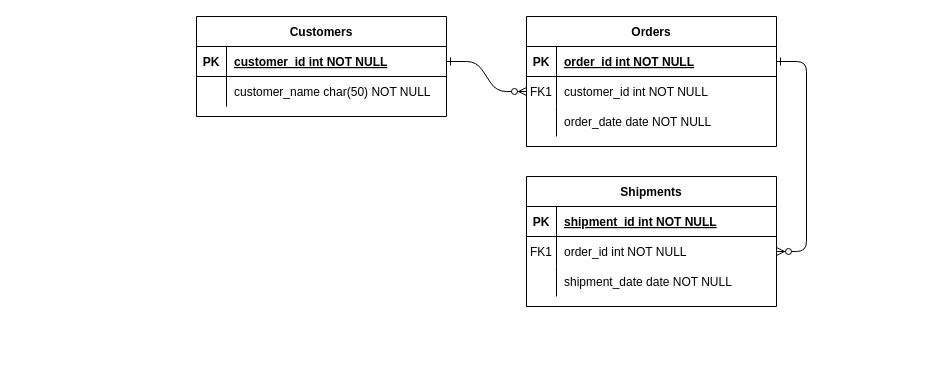
This is membuaterd.drawio from agung-wic/desain-erd, a draw.io file, before an edit. Source tidied: cells renumbered, new cells numbered last; positions are measured from the earlier drawing's top-left corner, leaving out a move shared by most shapes. Both pictures are drawn from the tidied source at 100%, with x=0, y=0 at pixel (196, 16).
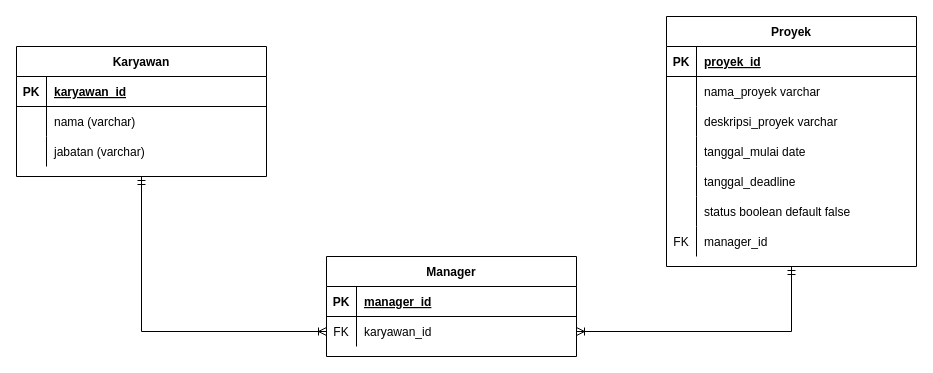
After the change.

Unchanged cells that the change refers to:
```xml
<mxCell id="5" style="shape=partialRectangle;fillColor=none;points=[[0,0.5],[1,0.5]];portConstraint=eastwest;top=0;left=0;right=0;bottom=1;" parent="4" vertex="1">
  <mxGeometry y="30" width="250" height="30" as="geometry" />
</mxCell>
<mxCell id="8" style="shape=partialRectangle;fillColor=none;points=[[0,0.5],[1,0.5]];portConstraint=eastwest;top=0;left=0;right=0;bottom=0;" parent="4" vertex="1">
  <mxGeometry y="60" width="250" height="30" as="geometry" />
</mxCell>
<mxCell id="11" style="shape=partialRectangle;fillColor=none;top=0;left=0;right=0;bottom=0;" parent="4" vertex="1">
  <mxGeometry y="90" width="250" height="30" as="geometry" />
</mxCell>
```

What changed in the source:
```diff
@@
-    <mxCell id="2" style="edgeStyle=entityRelationEdgeStyle;endArrow=ERzeroToMany;startArrow=ERone;endFill=1;startFill=0;" parent="1" edge="1" source="25" target="8">
-      <mxGeometry relative="1" as="geometry" />
-    </mxCell>
-    <mxCell id="3" style="edgeStyle=entityRelationEdgeStyle;endArrow=ERzeroToMany;startArrow=ERone;endFill=1;startFill=0;" parent="1" edge="1" source="5" target="18">
-      <mxGeometry relative="1" as="geometry" />
-    </mxCell>
+    <mxCell id="31" style="edgeStyle=orthogonalEdgeStyle;rounded=0;jettySize=auto;html=1;exitX=0.5;exitY=1;exitDx=0;exitDy=0;entryX=0;entryY=0.5;entryDx=0;entryDy=0;startArrow=ERmandOne;startFill=0;endArrow=ERoneToMany;endFill=0;" parent="1" edge="1" source="24" target="18">
+      <mxGeometry relative="1" as="geometry" />
+    </mxCell>
+    <mxCell id="24" value="Karyawan" style="shape=table;startSize=30;childLayout=tableLayout;rowLines=0;fontStyle=1;align=center;" parent="1" vertex="1">
+      <mxGeometry x="-180" y="30" width="250" height="130" as="geometry" />
+    </mxCell>
+    <mxCell id="25" style="shape=partialRectangle;fillColor=none;points=[[0,0.5],[1,0.5]];portConstraint=eastwest;top=0;left=0;right=0;bottom=1;" parent="24" vertex="1">
+      <mxGeometry y="30" width="250" height="30" as="geometry" />
+    </mxCell>
+    <mxCell id="26" value="PK" style="shape=partialRectangle;overflow=hidden;fillColor=none;top=0;left=0;bottom=0;right=0;fontStyle=1;" parent="25" vertex="1">
+      <mxGeometry width="30" height="30" as="geometry" />
+    </mxCell>
+    <mxCell id="27" value="karyawan_id" style="shape=partialRectangle;overflow=hidden;fillColor=none;top=0;left=0;bottom=0;right=0;align=left;spacingLeft=6;fontStyle=5;" parent="25" vertex="1">
+      <mxGeometry x="30" width="220" height="30" as="geometry" />
+    </mxCell>
+    <mxCell id="28" style="shape=partialRectangle;fillColor=none;top=0;left=0;right=0;bottom=0;" parent="24" vertex="1">
+      <mxGeometry y="60" width="250" height="30" as="geometry" />
+    </mxCell>
+    <mxCell id="29" style="shape=partialRectangle;overflow=hidden;fillColor=none;top=0;left=0;bottom=0;right=0;" parent="28" vertex="1">
+      <mxGeometry width="30" height="30" as="geometry" />
+    </mxCell>
+    <mxCell id="30" value="nama (varchar)" style="shape=partialRectangle;overflow=hidden;fillColor=none;top=0;left=0;bottom=0;right=0;align=left;spacingLeft=6;" parent="28" vertex="1">
+      <mxGeometry x="30" width="220" height="30" as="geometry" />
+    </mxCell>
+    <mxCell id="21" style="shape=partialRectangle;fillColor=none;top=0;left=0;right=0;bottom=0;" parent="24" vertex="1">
+      <mxGeometry y="90" width="250" height="30" as="geometry" />
+    </mxCell>
+    <mxCell id="32" style="shape=partialRectangle;overflow=hidden;fillColor=none;top=0;left=0;bottom=0;right=0;fontStyle=1;" parent="21" vertex="1">
+      <mxGeometry width="30" height="30" as="geometry" />
+    </mxCell>
+    <mxCell id="33" value="jabatan (varchar)" style="shape=partialRectangle;overflow=hidden;fillColor=none;top=0;left=0;bottom=0;right=0;align=left;spacingLeft=6;" parent="21" vertex="1">
+      <mxGeometry x="30" width="220" height="30" as="geometry" />
+    </mxCell>
+    <mxCell id="34" style="edgeStyle=orthogonalEdgeStyle;rounded=0;jettySize=auto;html=1;exitX=0.5;exitY=1;exitDx=0;exitDy=0;entryX=1;entryY=0.5;entryDx=0;entryDy=0;startArrow=ERmandOne;startFill=0;endArrow=ERoneToMany;endFill=0;" parent="1" edge="1" source="4" target="18">
+      <mxGeometry relative="1" as="geometry" />
+    </mxCell>
-    <mxCell id="4" value="Orders" style="shape=table;startSize=30;childLayout=tableLayout;rowLines=0;fontStyle=1;align=center;" parent="1" vertex="1">
-      <mxGeometry x="330" width="250" height="130" as="geometry" />
+    <mxCell id="4" value="Proyek" style="shape=table;startSize=30;childLayout=tableLayout;rowLines=0;fontStyle=1;align=center;" parent="1" vertex="1">
+      <mxGeometry x="470" width="250" height="250" as="geometry" />
     </mxCell>
@@
-    <mxCell id="7" value="order_id int NOT NULL " style="shape=partialRectangle;overflow=hidden;fillColor=none;top=0;left=0;bottom=0;right=0;align=left;spacingLeft=6;fontStyle=5;" parent="5" vertex="1">
+    <mxCell id="7" value="proyek_id" style="shape=partialRectangle;overflow=hidden;fillColor=none;top=0;left=0;bottom=0;right=0;align=left;spacingLeft=6;fontStyle=5;" parent="5" vertex="1">
       <mxGeometry x="30" width="220" height="30" as="geometry" />
     </mxCell>
@@
-    <mxCell id="9" value="FK1" style="shape=partialRectangle;overflow=hidden;fillColor=none;top=0;left=0;bottom=0;right=0;" parent="8" vertex="1">
+    <mxCell id="9" style="shape=partialRectangle;overflow=hidden;fillColor=none;top=0;left=0;bottom=0;right=0;" parent="8" vertex="1">
       <mxGeometry width="30" height="30" as="geometry" />
     </mxCell>
-    <mxCell id="10" value="customer_id int NOT NULL" style="shape=partialRectangle;overflow=hidden;fillColor=none;top=0;left=0;bottom=0;right=0;align=left;spacingLeft=6;" parent="8" vertex="1">
+    <mxCell id="10" value="nama_proyek varchar" style="shape=partialRectangle;overflow=hidden;fillColor=none;top=0;left=0;bottom=0;right=0;align=left;spacingLeft=6;" parent="8" vertex="1">
       <mxGeometry x="30" width="220" height="30" as="geometry" />
     </mxCell>
@@
-    <mxCell id="13" value="order_date date NOT NULL" style="shape=partialRectangle;overflow=hidden;fillColor=none;top=0;left=0;bottom=0;right=0;align=left;spacingLeft=6;" parent="11" vertex="1">
+    <mxCell id="13" value="deskripsi_proyek varchar" style="shape=partialRectangle;overflow=hidden;fillColor=none;top=0;left=0;bottom=0;right=0;align=left;spacingLeft=6;" parent="11" vertex="1">
       <mxGeometry x="30" width="220" height="30" as="geometry" />
     </mxCell>
-    <mxCell id="14" value="Shipments" style="shape=table;startSize=30;childLayout=tableLayout;rowLines=0;fontStyle=1;align=center;" parent="1" vertex="1">
-      <mxGeometry x="330" y="160" width="250" height="130" as="geometry" />
-    </mxCell>
+    <mxCell id="35" style="shape=partialRectangle;fillColor=none;top=0;left=0;right=0;bottom=0;" parent="4" vertex="1">
+      <mxGeometry y="120" width="250" height="30" as="geometry" />
+    </mxCell>
+    <mxCell id="36" style="shape=partialRectangle;overflow=hidden;fillColor=none;top=0;left=0;bottom=0;right=0;" parent="35" vertex="1">
+      <mxGeometry width="30" height="30" as="geometry" />
+    </mxCell>
+    <mxCell id="37" value="tanggal_mulai date" style="shape=partialRectangle;overflow=hidden;fillColor=none;top=0;left=0;bottom=0;right=0;align=left;spacingLeft=6;" parent="35" vertex="1">
+      <mxGeometry x="30" width="220" height="30" as="geometry" />
+    </mxCell>
+    <mxCell id="38" style="shape=partialRectangle;fillColor=none;top=0;left=0;right=0;bottom=0;" parent="4" vertex="1">
+      <mxGeometry y="150" width="250" height="30" as="geometry" />
+    </mxCell>
+    <mxCell id="39" style="shape=partialRectangle;overflow=hidden;fillColor=none;top=0;left=0;bottom=0;right=0;" parent="38" vertex="1">
+      <mxGeometry width="30" height="30" as="geometry" />
+    </mxCell>
+    <mxCell id="40" value="tanggal_deadline" style="shape=partialRectangle;overflow=hidden;fillColor=none;top=0;left=0;bottom=0;right=0;align=left;spacingLeft=6;" parent="38" vertex="1">
+      <mxGeometry x="30" width="220" height="30" as="geometry" />
+    </mxCell>
+    <mxCell id="41" style="shape=partialRectangle;fillColor=none;top=0;left=0;right=0;bottom=0;" parent="4" vertex="1">
+      <mxGeometry y="180" width="250" height="30" as="geometry" />
+    </mxCell>
+    <mxCell id="42" style="shape=partialRectangle;overflow=hidden;fillColor=none;top=0;left=0;bottom=0;right=0;" parent="41" vertex="1">
+      <mxGeometry width="30" height="30" as="geometry" />
+    </mxCell>
+    <mxCell id="43" value="status boolean default false" style="shape=partialRectangle;overflow=hidden;fillColor=none;top=0;left=0;bottom=0;right=0;align=left;spacingLeft=6;" parent="41" vertex="1">
+      <mxGeometry x="30" width="220" height="30" as="geometry" />
+    </mxCell>
+    <mxCell id="44" style="shape=partialRectangle;fillColor=none;top=0;left=0;right=0;bottom=0;" parent="4" vertex="1">
+      <mxGeometry y="210" width="250" height="30" as="geometry" />
+    </mxCell>
+    <mxCell id="45" value="FK" style="shape=partialRectangle;overflow=hidden;fillColor=none;top=0;left=0;bottom=0;right=0;" parent="44" vertex="1">
+      <mxGeometry width="30" height="30" as="geometry" />
+    </mxCell>
+    <mxCell id="46" value="manager_id" style="shape=partialRectangle;overflow=hidden;fillColor=none;top=0;left=0;bottom=0;right=0;align=left;spacingLeft=6;" parent="44" vertex="1">
+      <mxGeometry x="30" width="220" height="30" as="geometry" />
+    </mxCell>
+    <mxCell id="47" value="Manager" style="shape=table;startSize=30;childLayout=tableLayout;rowLines=0;fontStyle=1;align=center;" parent="1" vertex="1">
+      <mxGeometry x="130" y="240" width="250" height="100" as="geometry" />
+    </mxCell>
-    <mxCell id="15" style="shape=partialRectangle;fillColor=none;top=0;left=0;right=0;bottom=1;" parent="14" vertex="1">
+    <mxCell id="15" style="shape=partialRectangle;fillColor=none;top=0;left=0;right=0;bottom=1;" parent="47" vertex="1">
       <mxGeometry y="30" width="250" height="30" as="geometry" />
     </mxCell>
@@
-    <mxCell id="17" value="shipment_id int NOT NULL " style="shape=partialRectangle;overflow=hidden;fillColor=none;top=0;left=0;bottom=0;right=0;align=left;spacingLeft=6;fontStyle=5;" parent="15" vertex="1">
-      <mxGeometry x="30" width="220" height="30" as="geometry" />
-    </mxCell>
+    <mxCell id="48" value="manager_id" style="shape=partialRectangle;overflow=hidden;fillColor=none;top=0;left=0;bottom=0;right=0;align=left;spacingLeft=6;fontStyle=5;" parent="15" vertex="1">
+      <mxGeometry x="30" width="220" height="30" as="geometry" />
+    </mxCell>
-    <mxCell id="18" style="shape=partialRectangle;fillColor=none;points=[[0,0.5],[1,0.5]];portConstraint=eastwest;top=0;left=0;right=0;bottom=0;" parent="14" vertex="1">
+    <mxCell id="18" style="shape=partialRectangle;fillColor=none;points=[[0,0.5],[1,0.5]];portConstraint=eastwest;top=0;left=0;right=0;bottom=0;" parent="47" vertex="1">
       <mxGeometry y="60" width="250" height="30" as="geometry" />
     </mxCell>
-    <mxCell id="19" value="FK1" style="shape=partialRectangle;overflow=hidden;fillColor=none;top=0;left=0;bottom=0;right=0;" parent="18" vertex="1">
-      <mxGeometry width="30" height="30" as="geometry" />
-    </mxCell>
-    <mxCell id="20" value="order_id int NOT NULL" style="shape=partialRectangle;overflow=hidden;fillColor=none;top=0;left=0;bottom=0;right=0;align=left;spacingLeft=6;" parent="18" vertex="1">
-      <mxGeometry x="30" width="220" height="30" as="geometry" />
-    </mxCell>
-    <mxCell id="21" style="shape=partialRectangle;fillColor=none;top=0;left=0;right=0;bottom=0;" parent="14" vertex="1">
-      <mxGeometry y="90" width="250" height="30" as="geometry" />
-    </mxCell>
-    <mxCell id="22" style="shape=partialRectangle;overflow=hidden;fillColor=none;top=0;left=0;bottom=0;right=0;" parent="21" vertex="1">
-      <mxGeometry width="30" height="30" as="geometry" />
-    </mxCell>
-    <mxCell id="23" value="shipment_date date NOT NULL" style="shape=partialRectangle;overflow=hidden;fillColor=none;top=0;left=0;bottom=0;right=0;align=left;spacingLeft=6;" parent="21" vertex="1">
-      <mxGeometry x="30" width="220" height="30" as="geometry" />
-    </mxCell>
-    <mxCell id="24" value="Customers" style="shape=table;startSize=30;childLayout=tableLayout;rowLines=0;fontStyle=1;align=center;" parent="1" vertex="1">
-      <mxGeometry width="250" height="100" as="geometry" />
-    </mxCell>
-    <mxCell id="25" style="shape=partialRectangle;fillColor=none;points=[[0,0.5],[1,0.5]];portConstraint=eastwest;top=0;left=0;right=0;bottom=1;" parent="24" vertex="1">
-      <mxGeometry y="30" width="250" height="30" as="geometry" />
-    </mxCell>
-    <mxCell id="26" value="PK" style="shape=partialRectangle;overflow=hidden;fillColor=none;top=0;left=0;bottom=0;right=0;fontStyle=1;" parent="25" vertex="1">
-      <mxGeometry width="30" height="30" as="geometry" />
-    </mxCell>
-    <mxCell id="27" value="customer_id int NOT NULL " style="shape=partialRectangle;overflow=hidden;fillColor=none;top=0;left=0;bottom=0;right=0;align=left;spacingLeft=6;fontStyle=5;" parent="25" vertex="1">
-      <mxGeometry x="30" width="220" height="30" as="geometry" />
-    </mxCell>
-    <mxCell id="28" style="shape=partialRectangle;fillColor=none;top=0;left=0;right=0;bottom=0;" parent="24" vertex="1">
-      <mxGeometry y="60" width="250" height="30" as="geometry" />
-    </mxCell>
-    <mxCell id="29" style="shape=partialRectangle;overflow=hidden;fillColor=none;top=0;left=0;bottom=0;right=0;" parent="28" vertex="1">
-      <mxGeometry width="30" height="30" as="geometry" />
-    </mxCell>
-    <mxCell id="30" value="customer_name char(50) NOT NULL" style="shape=partialRectangle;overflow=hidden;fillColor=none;top=0;left=0;bottom=0;right=0;align=left;spacingLeft=6;" parent="28" vertex="1">
-      <mxGeometry x="30" width="220" height="30" as="geometry" />
-    </mxCell>
+    <mxCell id="49" value="FK" style="shape=partialRectangle;overflow=hidden;fillColor=none;top=0;left=0;bottom=0;right=0;" parent="18" vertex="1">
+      <mxGeometry width="30" height="30" as="geometry" />
+    </mxCell>
+    <mxCell id="50" value="karyawan_id" style="shape=partialRectangle;overflow=hidden;fillColor=none;top=0;left=0;bottom=0;right=0;align=left;spacingLeft=6;" parent="18" vertex="1">
+      <mxGeometry x="30" width="220" height="30" as="geometry" />
+    </mxCell>
```
